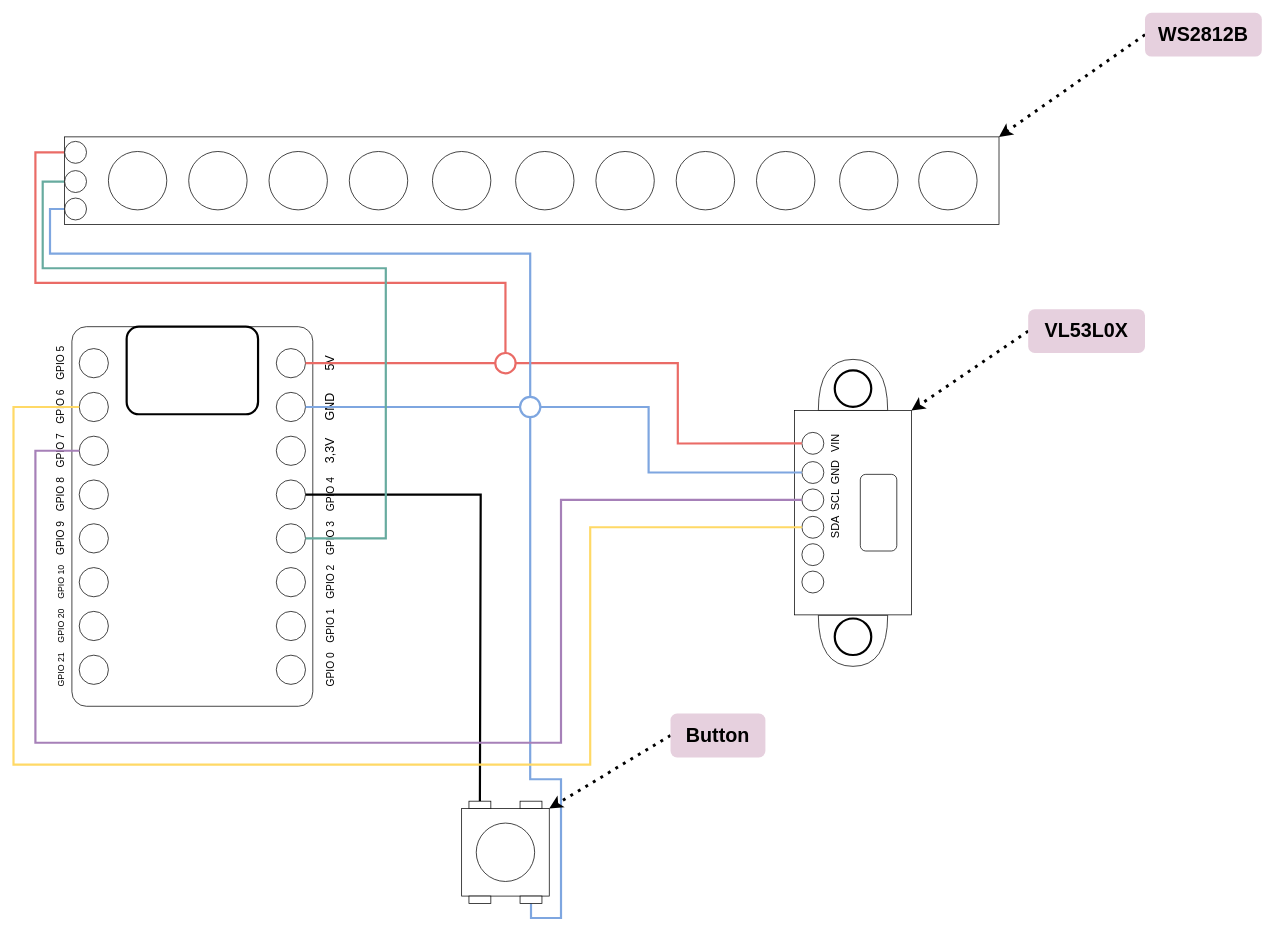
Earlier version of the draw.io diagram page "soldering" (3 of 3) of media/draw/GlowLight.drawio (Friedjof/GlowLight). Source tidied: cells renumbered, new cells numbered last; positions are measured from the earlier drawing's top-left corner, leaving out a move shared by most shapes. Both pictures are drawn from the tidied source at 73%, with x=0, y=0 at pixel (2, 12).
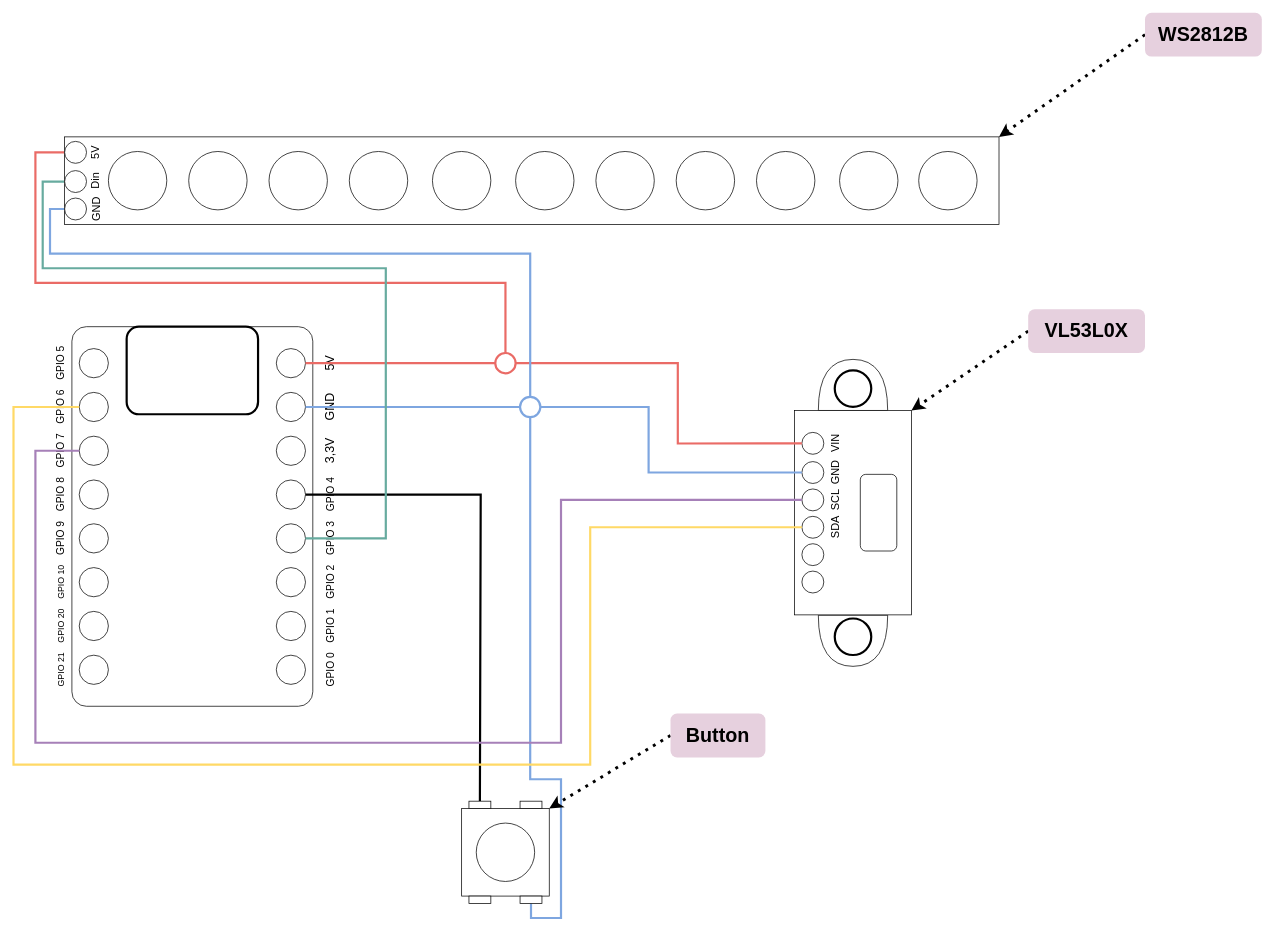
After the change.

Commit message (it also covers changes not shown here):
fix: adjust diagram dimensions and add GND, 5V, and Din labels in GlowLight.drawio

The change refers to these unchanged cells:
```xml
<mxCell id="73" style="group;" parent="1" vertex="1">
  <mxGeometry x="85" y="170" width="1280" height="120" as="geometry" />
</mxCell>
```

Change to the diagram source:
```diff
@@
+    <mxCell id="97" value="GND" style="text;html=1;align=center;verticalAlign=middle;whiteSpace=wrap;rounded=0;strokeWidth=1;fontSize=15;rotation=-90;" parent="73" vertex="1">
+      <mxGeometry x="17.2" y="86.6" width="50" height="24.4" as="geometry" />
+    </mxCell>
+    <mxCell id="98" value="5V" style="text;html=1;align=center;verticalAlign=middle;whiteSpace=wrap;rounded=0;strokeWidth=1;fontSize=15;rotation=-90;" parent="73" vertex="1">
+      <mxGeometry x="17.2" y="9.1" width="50" height="24.4" as="geometry" />
+    </mxCell>
+    <mxCell id="99" value="Din" style="text;html=1;align=center;verticalAlign=middle;whiteSpace=wrap;rounded=0;strokeWidth=1;fontSize=15;rotation=-90;" parent="73" vertex="1">
+      <mxGeometry x="17.2" y="47.8" width="50" height="24.4" as="geometry" />
+    </mxCell>
```
